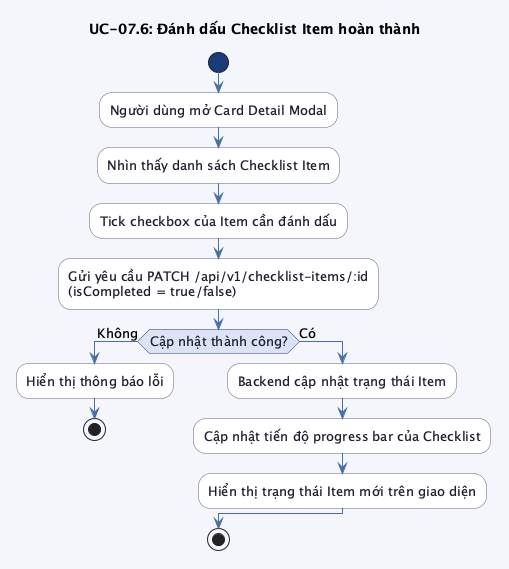
This is src/images/chap3/activity_uc07_6.png from trongnhan34vn/trello-report, a PlantUML export, as it was before one commit.
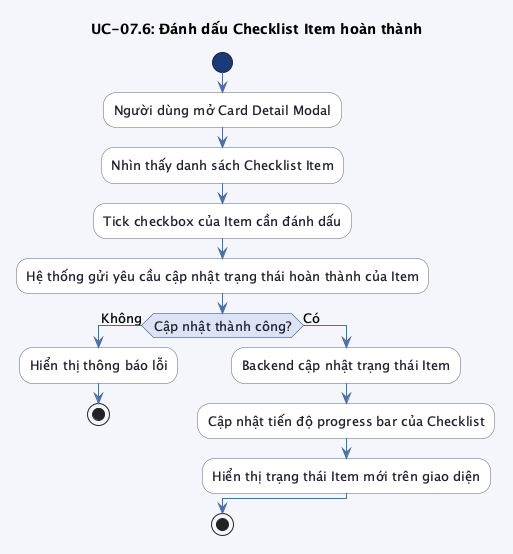
Above is the later version.

Diff of the diagram source:
```diff
@@ -22,7 +22,7 @@
 :Người dùng mở Card Detail Modal;
 :Nhìn thấy danh sách Checklist Item;
 :Tick checkbox của Item cần đánh dấu;
-:Gửi yêu cầu PATCH /api/v1/checklist-items/:id\n(isCompleted = true/false);
+:Hệ thống gửi yêu cầu cập nhật trạng thái hoàn thành của Item;
 
 if (Cập nhật thành công?) then (Không)
     :Hiển thị thông báo lỗi;
```
